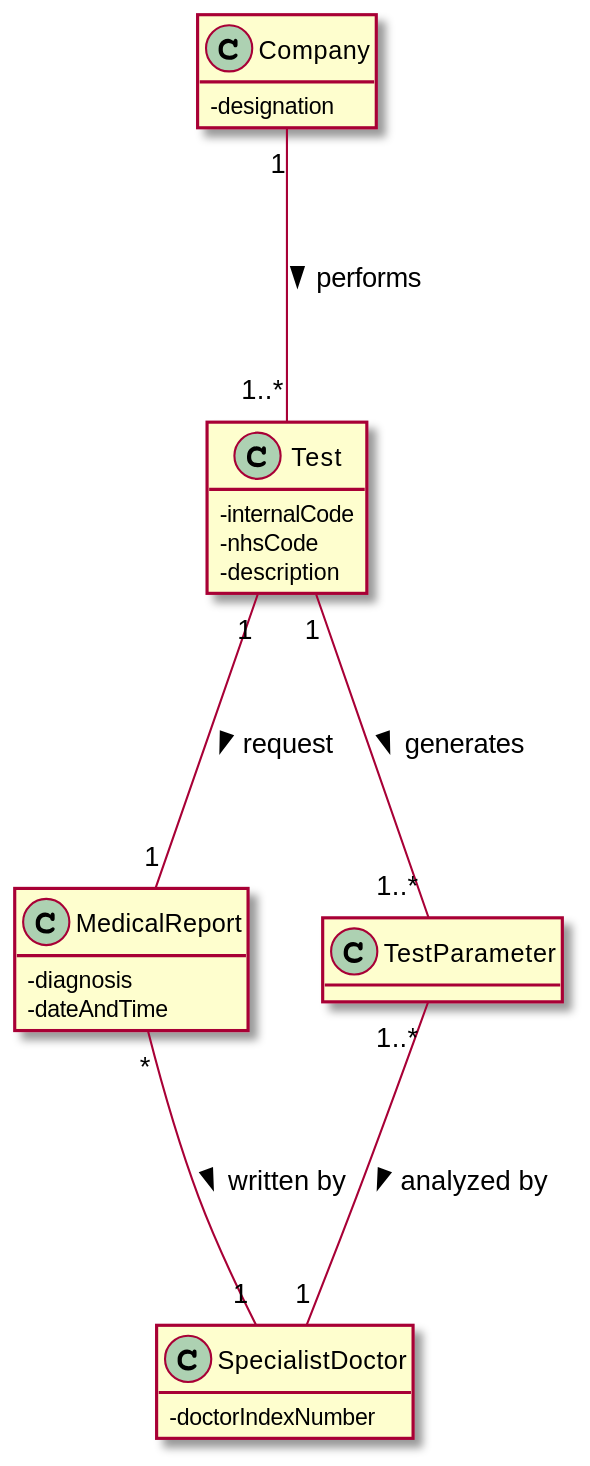
This is docs/SprintC/US14/US14_DM.svg from manu-07-ela/LAPR2_ISEP, a PlantUML export, as it was before one commit.
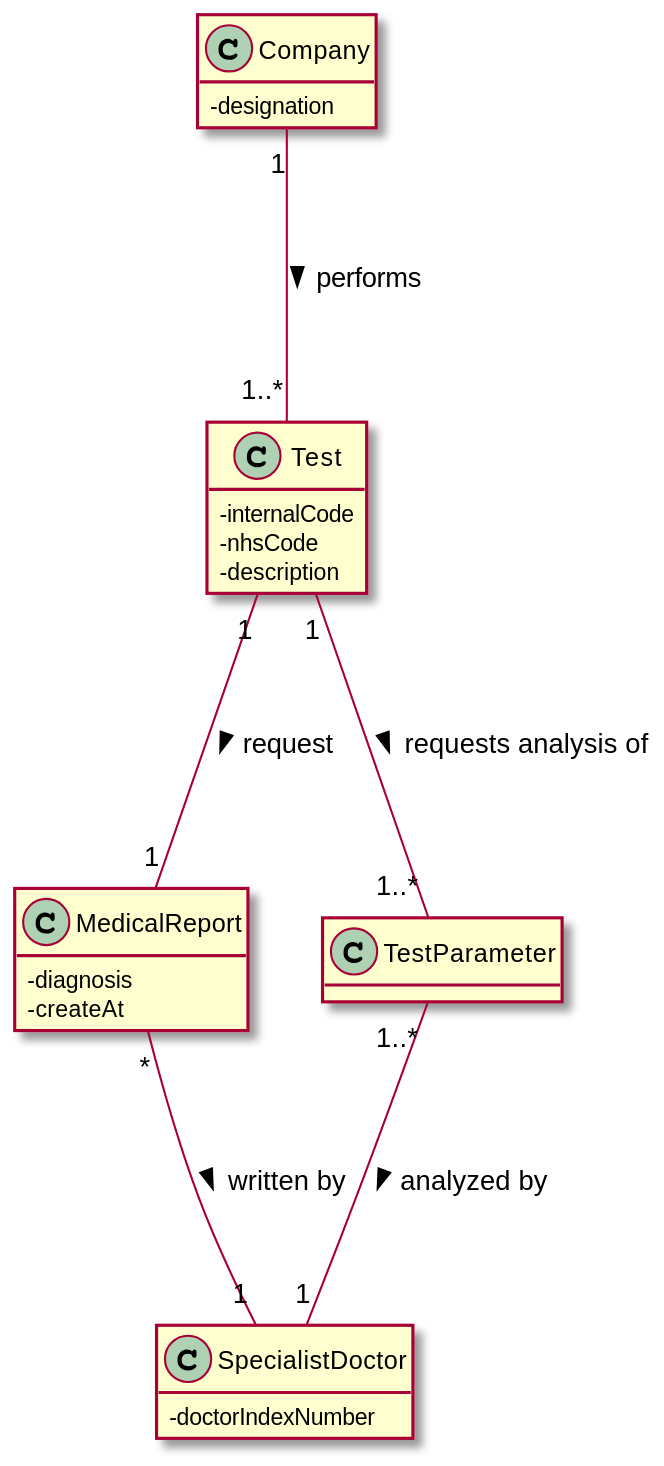
The same file after the commit.

The edit, as a diff of the source:
```diff
@@ -18,7 +18,7 @@
 
 class MedicalReport{
 -diagnosis
--dateAndTime
+-createAt
 }
 
 class TestParameter{
@@ -26,7 +26,7 @@
 }
 
 Company "1"---"1..*" Test : performs >
-Test "1" ---"1..*" TestParameter : generates >
+Test "1" ---"1..*" TestParameter : requests analysis of >
 Test "1" ---"1" MedicalReport : request >
 TestParameter "1..*"---"1" SpecialistDoctor : analyzed by >
 
```
